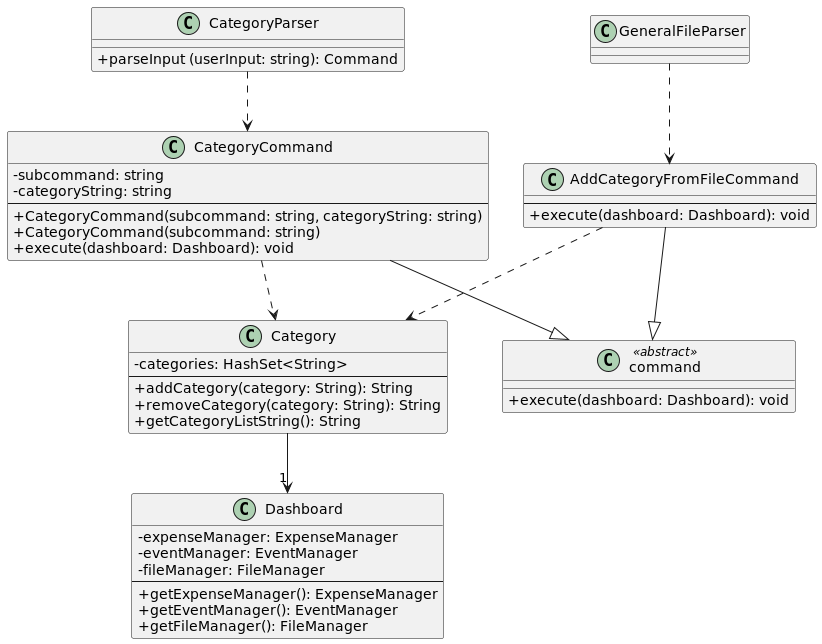
Earlier version of the PlantUML export docs/images/category_class.png (JianJiaT/tp). Its source is kept beside it as docs/team/UML_Files/Category_class.puml.
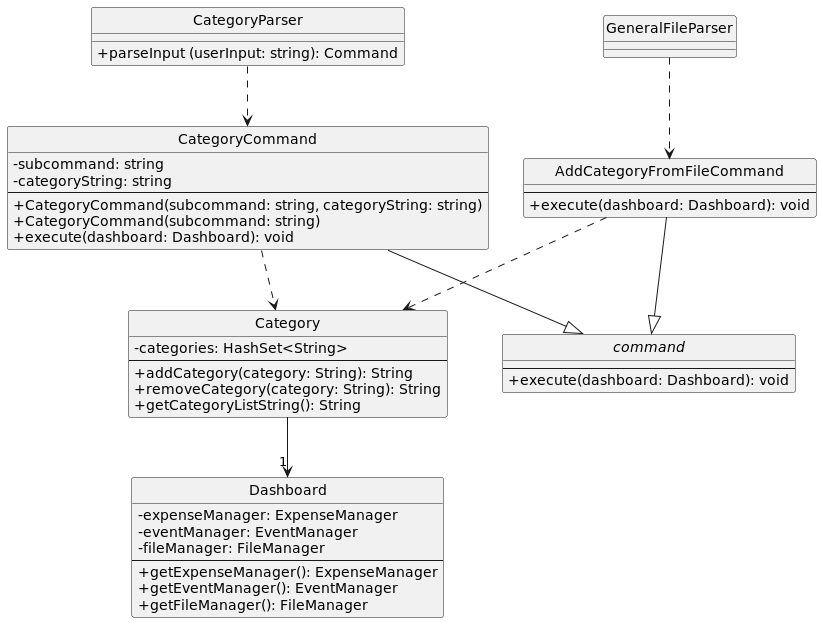
Later version of the same file.

The edit, as a diff of the source:
```diff
@@ -1,4 +1,5 @@
 @startuml
+hide circle
 skinparam classAttributeIconSize 0
 class Dashboard {
     - expenseManager: ExpenseManager
@@ -9,7 +10,8 @@
     + getEventManager(): EventManager
     + getFileManager(): FileManager
 }
-class command <<abstract>> {
+abstract class command {
+    --
     + execute(dashboard: Dashboard): void
 }
 class CategoryCommand {
```
